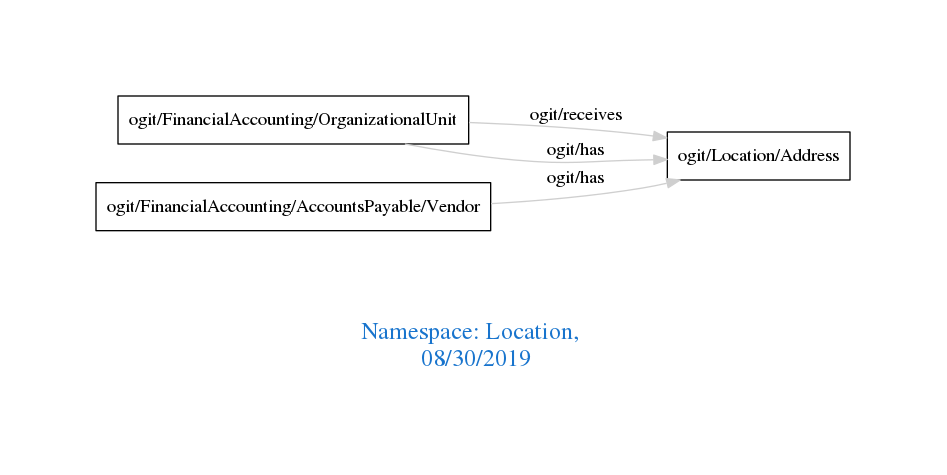
Earlier version of the Graphviz export downloads/Location.png (arago/OGIT). Its source is kept beside it as downloads/Location.dot.
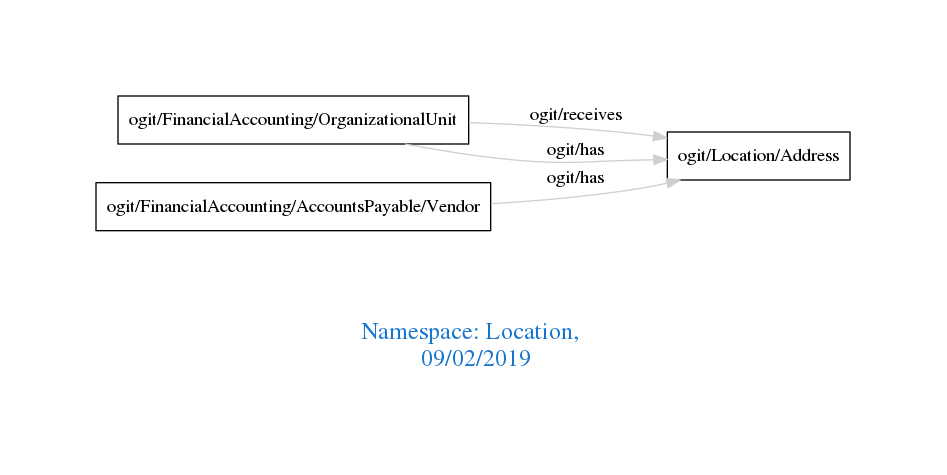
After the change.

Diff of the diagram source:
```diff
@@ -1,7 +1,7 @@
 digraph OGIT_ontology {
  graph [ rankdir= LR,pad=1
 fontsize = 18,
-fontcolor= dodgerblue3,label = "\n\n\nNamespace: Location, \n 08/30/2019"];
+fontcolor= dodgerblue3,label = "\n\n\nNamespace: Location, \n 09/02/2019"];
 node[shape=polygon];
 edge [  color="gray81"];
 
```
